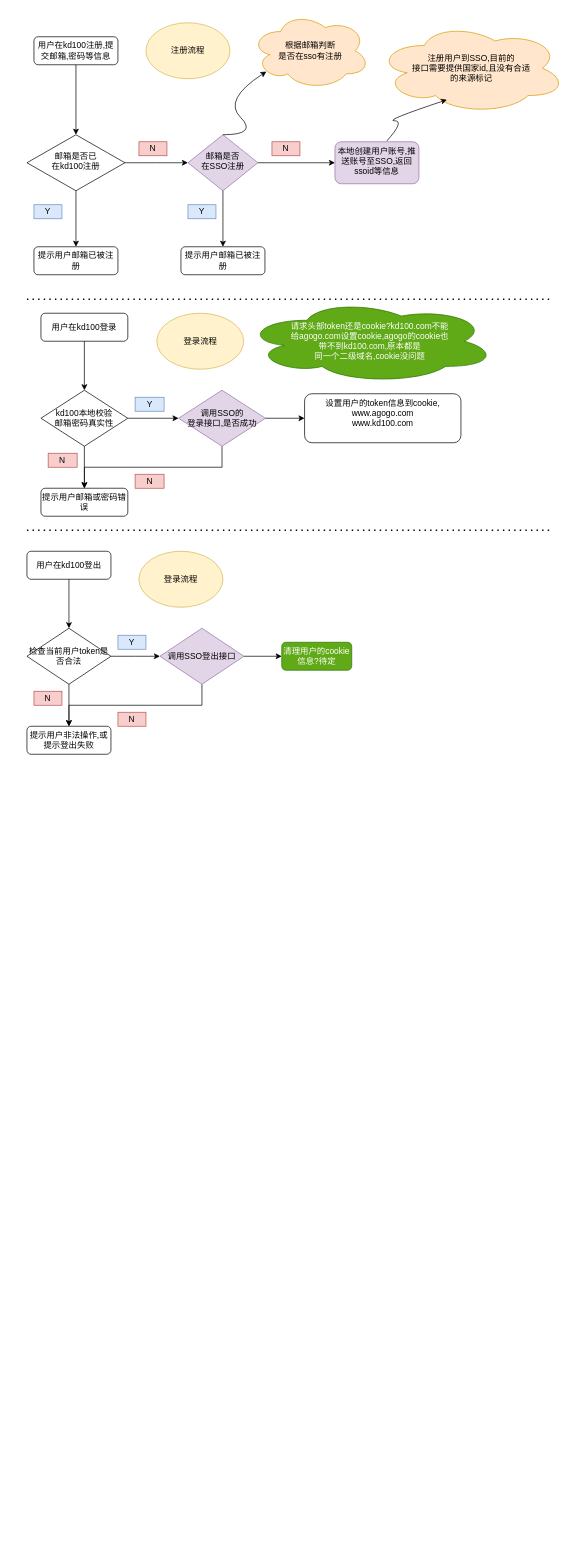
Above: Untitled Diagram.drawio in KAKALZF/image (draw.io), before the change. Source tidied: cells renumbered, new cells numbered last; positions are measured from the earlier drawing's top-left corner, leaving out a move shared by most shapes. Both pictures are drawn from the tidied source at 70%, with x=0, y=0 at pixel (27, 12).
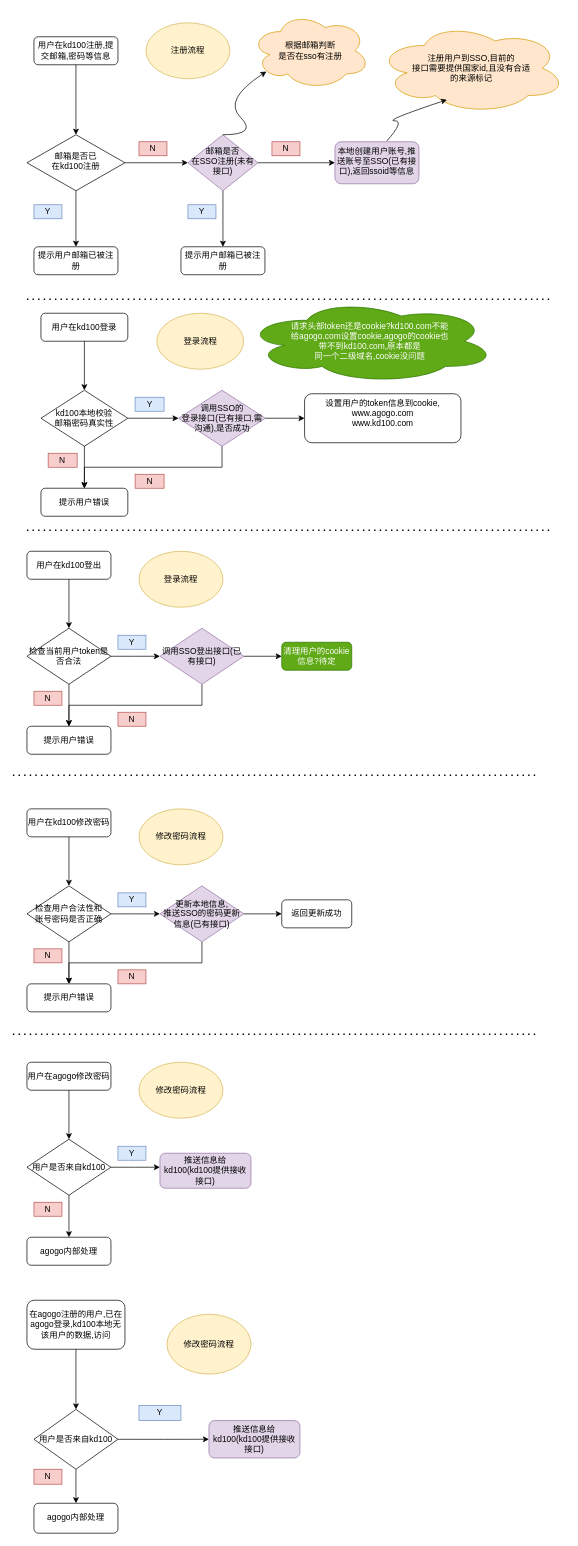
The same diagram, later.

The change refers to these unchanged cells:
```xml
<mxCell id="2" style="group;" parent="1" vertex="1">
  <mxGeometry x="20" y="430" width="650" height="290" as="geometry" />
</mxCell>
<mxCell id="18" style="group;" parent="1" vertex="1">
  <mxGeometry width="770" height="375" as="geometry" />
</mxCell>
<mxCell id="41" style="group;" parent="1" vertex="1">
  <mxGeometry y="770" width="464" height="290" as="geometry" />
</mxCell>
```

The edit, as a diff of the source:
```diff
@@
-    <mxCell id="7" value="提示用户邮箱或密码错误" style="rounded=1;whiteSpace=wrap;html=1;" parent="2" vertex="1">
+    <mxCell id="7" value="提示用户错误" style="rounded=1;whiteSpace=wrap;html=1;" parent="2" vertex="1">
       <mxGeometry y="250" width="124.1" height="40" as="geometry" />
     </mxCell>
@@
-    <mxCell id="12" value="&lt;div&gt;调用SSO的&lt;/div&gt;&lt;div&gt;登录接口,是否成功&lt;/div&gt;" style="rhombus;whiteSpace=wrap;html=1;fillColor=#e1d5e7;strokeColor=#9673a6;" parent="2" vertex="1">
+    <mxCell id="12" value="&lt;div&gt;调用SSO的&lt;/div&gt;&lt;div&gt;登录接口(已有接口,需沟通),是否成功&lt;/div&gt;" style="rhombus;whiteSpace=wrap;html=1;fillColor=#e1d5e7;strokeColor=#9673a6;" parent="2" vertex="1">
       <mxGeometry x="196.6" y="110" width="124.1" height="80" as="geometry" />
     </mxCell>
@@
-    <mxCell id="23" value="&lt;div&gt;邮箱是否&lt;/div&gt;&lt;div&gt;在SSO注册&lt;/div&gt;" style="rhombus;whiteSpace=wrap;html=1;shadow=0;fontFamily=Helvetica;fontSize=12;align=center;strokeWidth=1;spacing=6;spacingTop=-4;fillColor=#e1d5e7;strokeColor=#9673a6;" parent="18" vertex="1">
+    <mxCell id="23" value="&lt;div&gt;邮箱是否&lt;/div&gt;&lt;div&gt;在SSO注册(未有接口)&lt;/div&gt;" style="rhombus;whiteSpace=wrap;html=1;shadow=0;fontFamily=Helvetica;fontSize=12;align=center;strokeWidth=1;spacing=6;spacingTop=-4;fillColor=#e1d5e7;strokeColor=#9673a6;" parent="18" vertex="1">
       <mxGeometry x="230" y="175" width="100" height="80" as="geometry" />
     </mxCell>
@@
-    <mxCell id="31" value="本地创建用户账号,推送账号至SSO,返回ssoid等信息" style="rounded=1;whiteSpace=wrap;html=1;align=center;verticalAlign=top;fillColor=#e1d5e7;strokeColor=#9673a6;" parent="18" vertex="1">
+    <mxCell id="31" value="本地创建用户账号,推送账号至SSO(已有接口),返回ssoid等信息" style="rounded=1;whiteSpace=wrap;html=1;align=center;verticalAlign=top;fillColor=#e1d5e7;strokeColor=#9673a6;" parent="18" vertex="1">
       <mxGeometry x="440" y="185" width="120" height="60" as="geometry" />
     </mxCell>
@@
-    <mxCell id="46" value="提示用户非法操作,或提示登出失败" style="rounded=1;whiteSpace=wrap;html=1;" parent="41" vertex="1">
+    <mxCell id="46" value="提示用户错误" style="rounded=1;whiteSpace=wrap;html=1;" parent="41" vertex="1">
       <mxGeometry y="250" width="120" height="40" as="geometry" />
     </mxCell>
@@
-    <mxCell id="51" value="调用SSO登出接口" style="rhombus;whiteSpace=wrap;html=1;fillColor=#e1d5e7;strokeColor=#9673a6;" parent="41" vertex="1">
+    <mxCell id="51" value="调用SSO登出接口(已有接口)" style="rhombus;whiteSpace=wrap;html=1;fillColor=#e1d5e7;strokeColor=#9673a6;" parent="41" vertex="1">
       <mxGeometry x="190" y="110" width="120" height="80" as="geometry" />
     </mxCell>
@@
+    <mxCell id="56" style="group;" parent="1" vertex="1">
+      <mxGeometry y="1138" width="464" height="290" as="geometry" />
+    </mxCell>
+    <mxCell id="57" value="用户在kd100修改密码" style="rounded=1;whiteSpace=wrap;html=1;" parent="56" vertex="1">
+      <mxGeometry width="120" height="40" as="geometry" />
+    </mxCell>
+    <mxCell id="58" style="edgeStyle=orthogonalEdgeStyle;rounded=0;jettySize=auto;html=1;exitX=1;exitY=0.5;exitDx=0;exitDy=0;entryX=0;entryY=0.5;entryDx=0;entryDy=0;" parent="56" edge="1" source="59">
+      <mxGeometry relative="1" as="geometry">
+        <mxPoint x="190" y="150" as="targetPoint" />
+      </mxGeometry>
+    </mxCell>
+    <mxCell id="59" value="&lt;div&gt;检查用户合法性和&lt;/div&gt;&lt;div&gt;账号密码是否正确&lt;/div&gt;" style="rhombus;whiteSpace=wrap;html=1;" parent="56" vertex="1">
+      <mxGeometry y="110" width="120" height="80" as="geometry" />
+    </mxCell>
+    <mxCell id="60" style="edgeStyle=orthogonalEdgeStyle;rounded=0;jettySize=auto;html=1;exitX=0.5;exitY=1;exitDx=0;exitDy=0;entryX=0.5;entryY=0;entryDx=0;entryDy=0;" parent="56" edge="1" source="57" target="59">
+      <mxGeometry relative="1" as="geometry" />
+    </mxCell>
+    <mxCell id="61" value="提示用户错误" style="rounded=1;whiteSpace=wrap;html=1;" parent="56" vertex="1">
+      <mxGeometry y="250" width="120" height="40" as="geometry" />
+    </mxCell>
+    <mxCell id="62" style="edgeStyle=orthogonalEdgeStyle;rounded=0;jettySize=auto;html=1;exitX=0.5;exitY=1;exitDx=0;exitDy=0;entryX=0.5;entryY=0;entryDx=0;entryDy=0;" parent="56" edge="1" source="59" target="61">
+      <mxGeometry relative="1" as="geometry" />
+    </mxCell>
+    <mxCell id="63" value="N" style="text;html=1;strokeColor=#b85450;fillColor=#f8cecc;align=center;verticalAlign=middle;whiteSpace=wrap;rounded=0;" parent="56" vertex="1">
+      <mxGeometry x="10" y="200" width="40" height="20" as="geometry" />
+    </mxCell>
+    <mxCell id="64" value="Y" style="text;html=1;strokeColor=#6c8ebf;fillColor=#dae8fc;align=center;verticalAlign=middle;whiteSpace=wrap;rounded=0;" parent="56" vertex="1">
+      <mxGeometry x="130" y="120" width="40" height="20" as="geometry" />
+    </mxCell>
+    <mxCell id="65" style="edgeStyle=orthogonalEdgeStyle;rounded=0;jettySize=auto;html=1;exitX=0.5;exitY=1;exitDx=0;exitDy=0;entryX=0.5;entryY=0;entryDx=0;entryDy=0;" parent="56" edge="1" source="66" target="61">
+      <mxGeometry relative="1" as="geometry" />
+    </mxCell>
+    <mxCell id="66" value="&lt;div&gt;更新本地信息,&lt;/div&gt;&lt;div&gt;推送SSO的密码更新信息(已有接口)&lt;/div&gt;" style="rhombus;whiteSpace=wrap;html=1;fillColor=#e1d5e7;strokeColor=#9673a6;" parent="56" vertex="1">
+      <mxGeometry x="190" y="110" width="120" height="80" as="geometry" />
+    </mxCell>
+    <mxCell id="67" value="N" style="text;html=1;strokeColor=#b85450;fillColor=#f8cecc;align=center;verticalAlign=middle;whiteSpace=wrap;rounded=0;" parent="56" vertex="1">
+      <mxGeometry x="130" y="230" width="40" height="20" as="geometry" />
+    </mxCell>
+    <mxCell id="68" value="返回更新成功" style="rounded=1;whiteSpace=wrap;html=1;" parent="56" vertex="1">
+      <mxGeometry x="364" y="130" width="100" height="40" as="geometry" />
+    </mxCell>
+    <mxCell id="69" style="edgeStyle=orthogonalEdgeStyle;rounded=0;jettySize=auto;html=1;exitX=1;exitY=0.5;exitDx=0;exitDy=0;entryX=0;entryY=0.5;entryDx=0;entryDy=0;" parent="56" edge="1" source="66" target="68">
+      <mxGeometry relative="1" as="geometry" />
+    </mxCell>
+    <mxCell id="70" value="修改密码流程" style="ellipse;whiteSpace=wrap;html=1;fillColor=#fff2cc;strokeColor=#d6b656;" parent="56" vertex="1">
+      <mxGeometry x="160" width="120" height="80" as="geometry" />
+    </mxCell>
+    <mxCell id="71" style="endArrow=none;dashed=1;html=1;dashPattern=1 3;strokeWidth=2;" parent="1" edge="1">
+      <mxGeometry relative="1" as="geometry">
+        <mxPoint x="-20" y="1090" as="sourcePoint" />
+        <mxPoint x="730" y="1090" as="targetPoint" />
+      </mxGeometry>
+    </mxCell>
+    <mxCell id="72" style="endArrow=none;dashed=1;html=1;dashPattern=1 3;strokeWidth=2;" parent="1" edge="1">
+      <mxGeometry relative="1" as="geometry">
+        <mxPoint x="-20" y="1460" as="sourcePoint" />
+        <mxPoint x="730" y="1460" as="targetPoint" />
+      </mxGeometry>
+    </mxCell>
+    <mxCell id="73" style="group;" parent="1" vertex="1">
+      <mxGeometry y="1500" width="320" height="290" as="geometry" />
+    </mxCell>
+    <mxCell id="74" value="用户在agogo修改密码" style="rounded=1;whiteSpace=wrap;html=1;" parent="73" vertex="1">
+      <mxGeometry width="120" height="40" as="geometry" />
+    </mxCell>
+    <mxCell id="75" style="edgeStyle=orthogonalEdgeStyle;rounded=0;jettySize=auto;html=1;exitX=1;exitY=0.5;exitDx=0;exitDy=0;entryX=0;entryY=0.5;entryDx=0;entryDy=0;" parent="73" edge="1" source="76">
+      <mxGeometry as="geometry">
+        <mxPoint x="190" y="150" as="targetPoint" />
+      </mxGeometry>
+    </mxCell>
+    <mxCell id="76" value="&lt;div&gt;用户是否来自kd100&lt;br&gt;&lt;/div&gt;" style="rhombus;whiteSpace=wrap;html=1;" parent="73" vertex="1">
+      <mxGeometry y="110" width="120" height="80" as="geometry" />
+    </mxCell>
+    <mxCell id="77" style="edgeStyle=orthogonalEdgeStyle;rounded=0;jettySize=auto;html=1;exitX=0.5;exitY=1;exitDx=0;exitDy=0;entryX=0.5;entryY=0;entryDx=0;entryDy=0;" parent="73" edge="1" source="74" target="76">
+      <mxGeometry as="geometry" />
+    </mxCell>
+    <mxCell id="78" value="agogo内部处理" style="rounded=1;whiteSpace=wrap;html=1;" parent="73" vertex="1">
+      <mxGeometry y="250" width="120" height="40" as="geometry" />
+    </mxCell>
+    <mxCell id="79" style="edgeStyle=orthogonalEdgeStyle;rounded=0;jettySize=auto;html=1;exitX=0.5;exitY=1;exitDx=0;exitDy=0;entryX=0.5;entryY=0;entryDx=0;entryDy=0;" parent="73" edge="1" source="76" target="78">
+      <mxGeometry as="geometry" />
+    </mxCell>
+    <mxCell id="80" value="N" style="text;html=1;strokeColor=#b85450;fillColor=#f8cecc;align=center;verticalAlign=middle;whiteSpace=wrap;rounded=0;" parent="73" vertex="1">
+      <mxGeometry x="10" y="200" width="40" height="20" as="geometry" />
+    </mxCell>
+    <mxCell id="81" value="Y" style="text;html=1;strokeColor=#6c8ebf;fillColor=#dae8fc;align=center;verticalAlign=middle;whiteSpace=wrap;rounded=0;" parent="73" vertex="1">
+      <mxGeometry x="130" y="120" width="40" height="20" as="geometry" />
+    </mxCell>
+    <mxCell id="82" value="推送信息给kd100(kd100提供接收接口)" style="rounded=1;whiteSpace=wrap;html=1;fillColor=#e1d5e7;strokeColor=#9673a6;" parent="73" vertex="1">
+      <mxGeometry x="190" y="130" width="130" height="50" as="geometry" />
+    </mxCell>
+    <mxCell id="83" value="修改密码流程" style="ellipse;whiteSpace=wrap;html=1;fillColor=#fff2cc;strokeColor=#d6b656;" parent="73" vertex="1">
+      <mxGeometry x="160" width="120" height="80" as="geometry" />
+    </mxCell>
+    <mxCell id="84" value="在agogo注册的用户,已在agogo登录,kd100本地无该用户的数据,访问" style="rounded=1;whiteSpace=wrap;html=1;" parent="1" vertex="1">
+      <mxGeometry y="1840" width="140" height="70" as="geometry" />
+    </mxCell>
+    <mxCell id="85" style="edgeStyle=orthogonalEdgeStyle;rounded=0;jettySize=auto;html=1;exitX=1;exitY=0.5;exitDx=0;exitDy=0;entryX=0;entryY=0.5;entryDx=0;entryDy=0;" parent="1" edge="1" source="86" target="92">
+      <mxGeometry relative="1" as="geometry" />
+    </mxCell>
+    <mxCell id="86" value="&lt;div&gt;用户是否来自kd100&lt;br&gt;&lt;/div&gt;" style="rhombus;whiteSpace=wrap;html=1;" parent="1" vertex="1">
+      <mxGeometry x="10" y="1995.9" width="120" height="85.5" as="geometry" />
+    </mxCell>
+    <mxCell id="87" style="edgeStyle=orthogonalEdgeStyle;rounded=0;jettySize=auto;html=1;exitX=0.5;exitY=1;exitDx=0;exitDy=0;entryX=0.5;entryY=0;entryDx=0;entryDy=0;" parent="1" edge="1" source="84" target="86">
+      <mxGeometry x="20" y="1870" as="geometry" />
+    </mxCell>
+    <mxCell id="88" value="agogo内部处理" style="rounded=1;whiteSpace=wrap;html=1;" parent="1" vertex="1">
+      <mxGeometry x="10" y="2130" width="120" height="42.8" as="geometry" />
+    </mxCell>
+    <mxCell id="89" style="edgeStyle=orthogonalEdgeStyle;rounded=0;jettySize=auto;html=1;exitX=0.5;exitY=1;exitDx=0;exitDy=0;entryX=0.5;entryY=0;entryDx=0;entryDy=0;" parent="1" edge="1" source="86" target="88">
+      <mxGeometry x="20" y="1870" as="geometry" />
+    </mxCell>
+    <mxCell id="90" value="N" style="text;html=1;strokeColor=#b85450;fillColor=#f8cecc;align=center;verticalAlign=middle;whiteSpace=wrap;rounded=0;" parent="1" vertex="1">
+      <mxGeometry x="10" y="2081.4" width="40" height="21.4" as="geometry" />
+    </mxCell>
+    <mxCell id="91" value="Y" style="text;html=1;strokeColor=#6c8ebf;fillColor=#dae8fc;align=center;verticalAlign=middle;whiteSpace=wrap;rounded=0;" parent="1" vertex="1">
+      <mxGeometry x="160" y="1990.2" width="60" height="21.7" as="geometry" />
+    </mxCell>
+    <mxCell id="92" value="推送信息给kd100(kd100提供接收接口)" style="rounded=1;whiteSpace=wrap;html=1;fillColor=#e1d5e7;strokeColor=#9673a6;" parent="1" vertex="1">
+      <mxGeometry x="260" y="2011.9" width="130" height="53.4" as="geometry" />
+    </mxCell>
+    <mxCell id="93" value="修改密码流程" style="ellipse;whiteSpace=wrap;html=1;fillColor=#fff2cc;strokeColor=#d6b656;" parent="1" vertex="1">
+      <mxGeometry x="200" y="1860" width="120" height="85.5" as="geometry" />
+    </mxCell>
```
